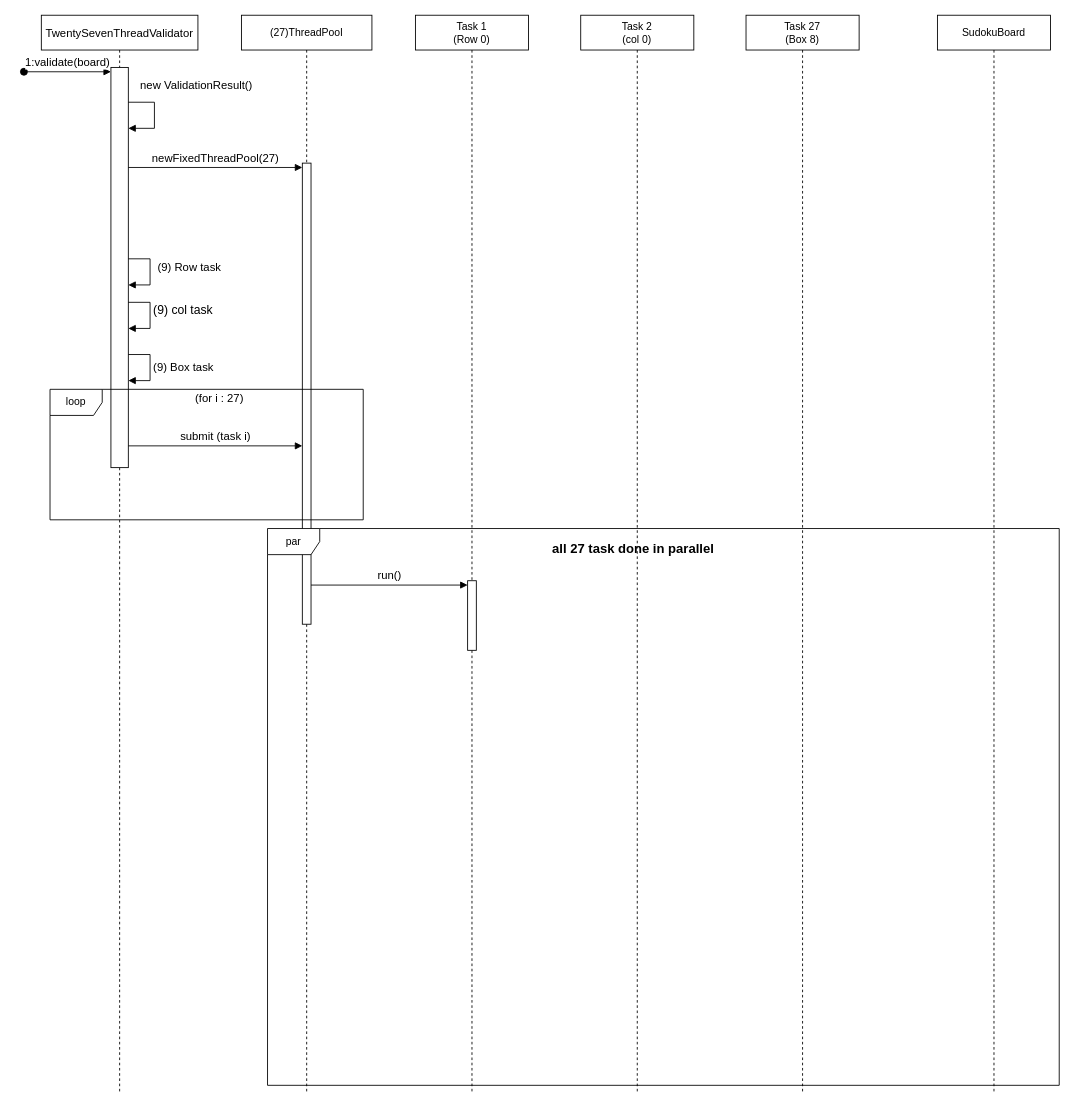
The draw.io diagram diagrams/mode27 sequence diagram.drawio in Smook-e/Prog_lab9, before the edit. Source tidied: cells renumbered, new cells numbered last; positions are measured from the earlier drawing's top-left corner, leaving out a move shared by most shapes. Both pictures are drawn from the tidied source at 87%, with x=0, y=0 at pixel (23, 15).
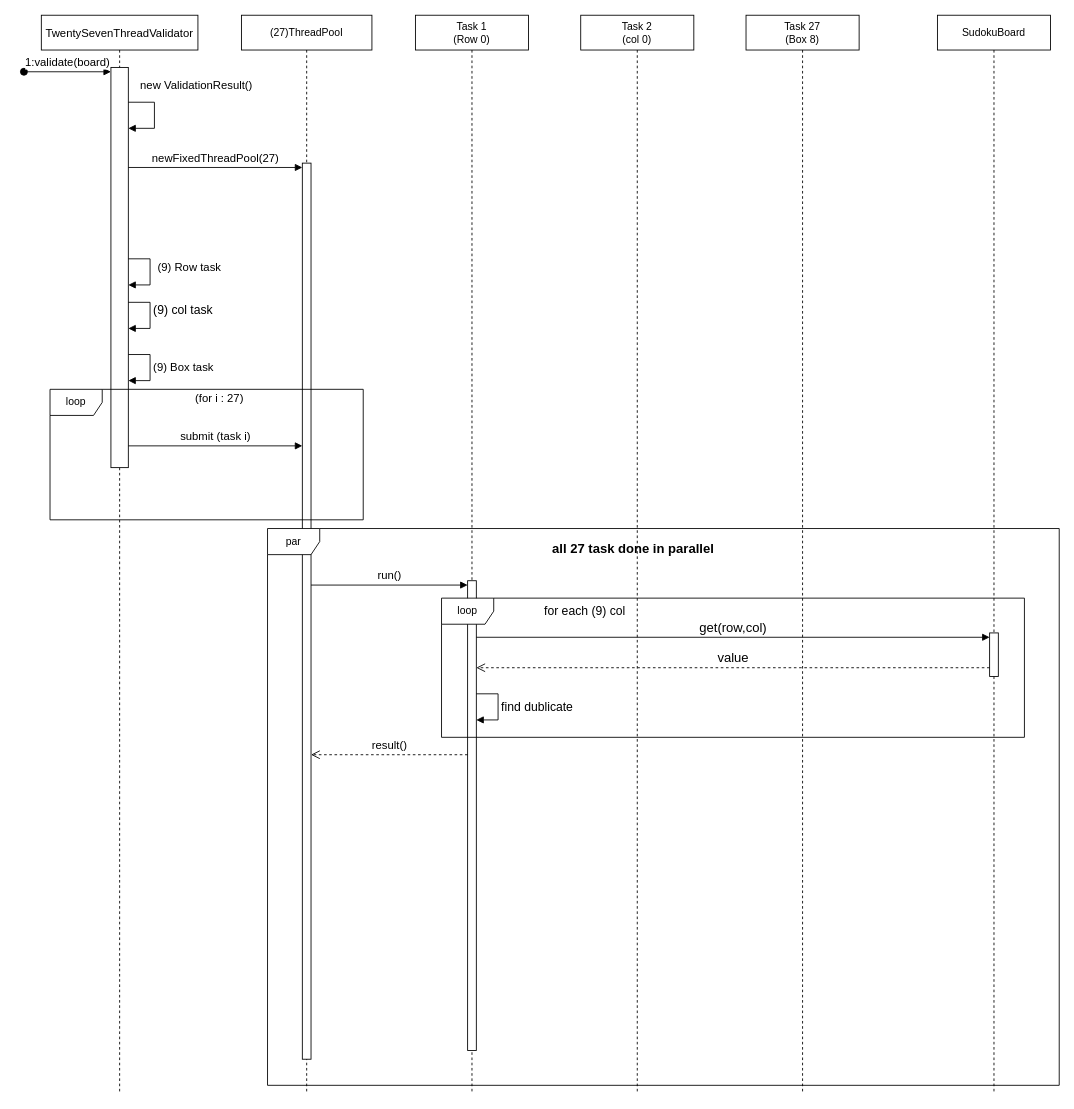
The same page after the edit.

Commit message:
complete task 1

Unchanged cells that the change refers to:
```xml
<mxCell id="9" value="(27)ThreadPool" style="shape=umlLifeline;perimeter=lifelinePerimeter;whiteSpace=wrap;html=1;newEdgeStyle={&quot;curved&quot;:0,&quot;rounded&quot;:0};" parent="1" vertex="1">
  <mxGeometry x="250" width="150" height="1240" as="geometry" />
</mxCell>
<mxCell id="12" value="Task 1&lt;div&gt;(Row 0)&lt;/div&gt;" style="shape=umlLifeline;perimeter=lifelinePerimeter;whiteSpace=wrap;html=1;newEdgeStyle={&quot;curved&quot;:0,&quot;rounded&quot;:0};" parent="1" vertex="1">
  <mxGeometry x="450" width="130" height="1240" as="geometry" />
</mxCell>
<mxCell id="17" value="SudokuBoard" style="shape=umlLifeline;perimeter=lifelinePerimeter;whiteSpace=wrap;html=1;newEdgeStyle={&quot;curved&quot;:0,&quot;rounded&quot;:0};" parent="1" vertex="1">
  <mxGeometry x="1050" width="130" height="1240" as="geometry" />
</mxCell>
```

The edit, as a diff of the source:
```diff
@@
     <mxCell id="10" style="html=1;points=[[0,0,0,0,5],[0,1,0,0,-5],[1,0,0,0,5],[1,1,0,0,-5]];perimeter=orthogonalPerimeter;outlineConnect=0;targetShapes=umlLifeline;portConstraint=eastwest;newEdgeStyle={&quot;curved&quot;:0,&quot;rounded&quot;:0};" parent="9" vertex="1">
-      <mxGeometry x="70" y="170" width="10" height="530" as="geometry" />
+      <mxGeometry x="70" y="170" width="10" height="1030" as="geometry" />
     </mxCell>
@@
     <mxCell id="13" style="html=1;points=[[0,0,0,0,5],[0,1,0,0,-5],[1,0,0,0,5],[1,1,0,0,-5]];perimeter=orthogonalPerimeter;outlineConnect=0;targetShapes=umlLifeline;portConstraint=eastwest;newEdgeStyle={&quot;curved&quot;:0,&quot;rounded&quot;:0};" parent="12" vertex="1">
-      <mxGeometry x="60" y="650" width="10" height="80" as="geometry" />
+      <mxGeometry x="60" y="650" width="10" height="540" as="geometry" />
     </mxCell>
@@
+    <mxCell id="23" value="find dublicate" style="html=1;align=left;spacingLeft=2;endArrow=block;rounded=0;edgeStyle=orthogonalEdgeStyle;curved=0;rounded=0;fontSize=14;" parent="17" edge="1">
+      <mxGeometry relative="1" as="geometry">
+        <mxPoint x="-530" y="780" as="sourcePoint" />
+        <mxPoint x="-530" y="810" as="targetPoint" />
+        <Array as="points">
+          <mxPoint x="-505" y="810" />
+        </Array>
+      </mxGeometry>
+    </mxCell>
+    <mxCell id="24" style="html=1;points=[[0,0,0,0,5],[0,1,0,0,-5],[1,0,0,0,5],[1,1,0,0,-5]];perimeter=orthogonalPerimeter;outlineConnect=0;targetShapes=umlLifeline;portConstraint=eastwest;newEdgeStyle={&quot;curved&quot;:0,&quot;rounded&quot;:0};" parent="17" vertex="1">
+      <mxGeometry x="60" y="710" width="10" height="50" as="geometry" />
+    </mxCell>
+    <mxCell id="25" value="value" style="html=1;verticalAlign=bottom;endArrow=open;dashed=1;endSize=8;curved=0;rounded=0;fontSize=15;" parent="17" edge="1">
+      <mxGeometry relative="1" as="geometry">
+        <mxPoint x="60" y="750" as="sourcePoint" />
+        <mxPoint x="-530" y="750" as="targetPoint" />
+      </mxGeometry>
+    </mxCell>
+    <mxCell id="26" value="get(row,col)" style="html=1;verticalAlign=bottom;endArrow=block;curved=0;rounded=0;entryX=0;entryY=0;entryDx=0;entryDy=5;fontSize=15;" parent="17" edge="1" target="24">
+      <mxGeometry relative="1" as="geometry">
+        <mxPoint x="-530" y="715" as="sourcePoint" />
+      </mxGeometry>
+    </mxCell>
@@
+    <mxCell id="27" value="loop" style="shape=umlFrame;whiteSpace=wrap;html=1;" parent="1" vertex="1">
+      <mxGeometry x="480" y="670" width="670" height="160" as="geometry" />
+    </mxCell>
+    <mxCell id="28" value="for each (9) col" style="text;html=1;whiteSpace=wrap;strokeColor=none;fillColor=none;align=center;verticalAlign=middle;rounded=0;fontSize=14;" parent="1" vertex="1">
+      <mxGeometry x="590" y="670" width="110" height="30" as="geometry" />
+    </mxCell>
+    <mxCell id="29" value="result()" style="html=1;verticalAlign=bottom;endArrow=open;dashed=1;endSize=8;curved=0;rounded=0;fontSize=13;" parent="1" edge="1">
+      <mxGeometry relative="1" as="geometry">
+        <mxPoint x="510" y="850" as="sourcePoint" />
+        <mxPoint x="330" y="850" as="targetPoint" />
+      </mxGeometry>
+    </mxCell>
```
